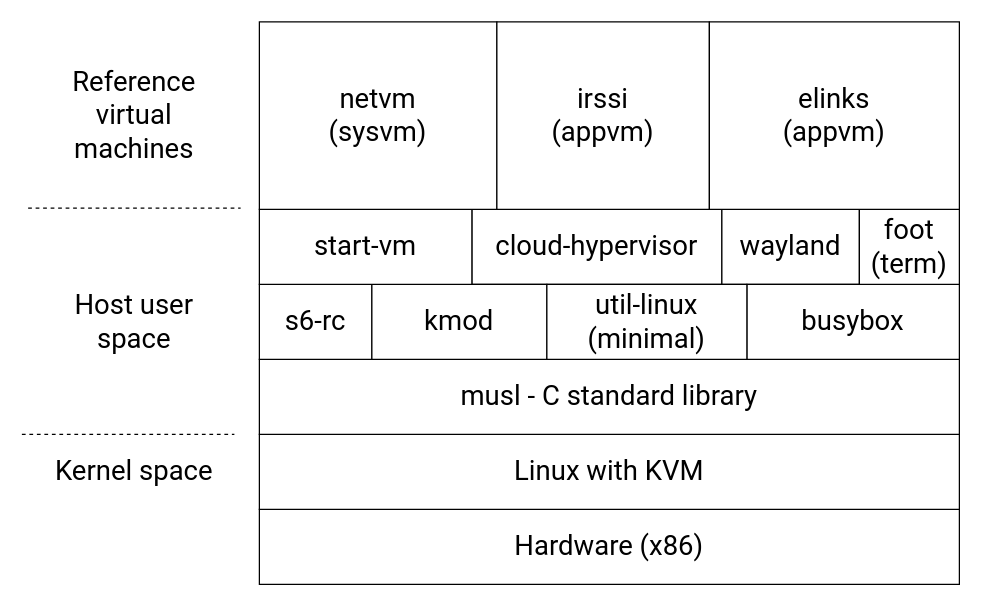
jkuro-tii/spectrum keeps this draw.io diagram as Documentation/diagrams/stack.drawio. Above is the earlier version. Source tidied: cells renumbered, new cells numbered last; positions are measured from the earlier drawing's top-left corner, leaving out a move shared by most shapes. Both pictures are drawn from the tidied source at 125%, with x=0, y=0 at pixel (21, 21).
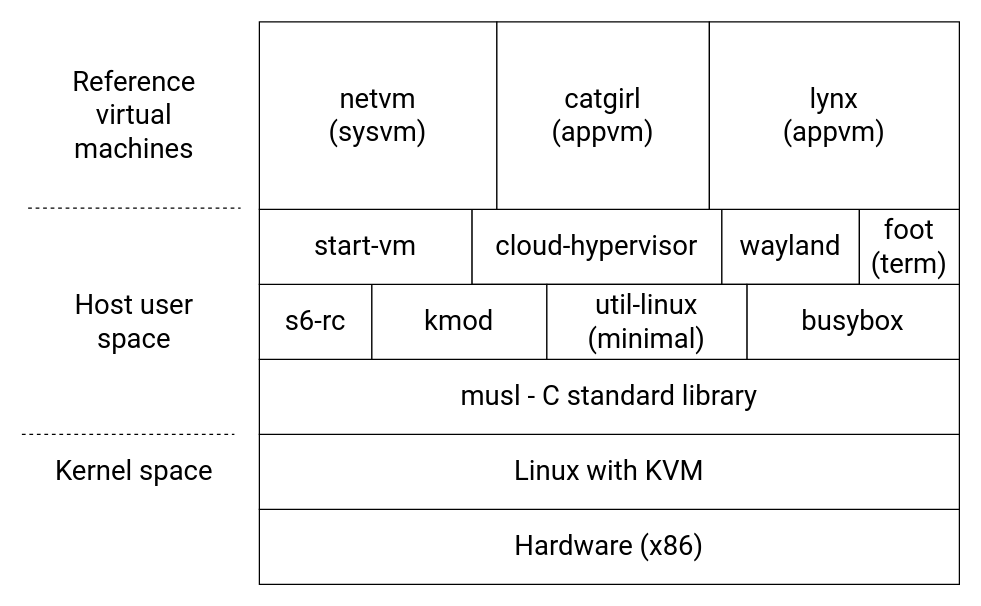
The same diagram, later.

Commit message (it also covers changes not shown here):
doc: addressing architecture.adoc review changes

Change to the diagram source:
```diff
@@
-    <mxCell id="18" value="&lt;font face=&quot;Roboto&quot; style=&quot;font-size: 22px&quot;&gt;irssi&lt;br&gt;(appvm)&lt;br&gt;&lt;/font&gt;" style="rounded=0;whiteSpace=wrap;html=1;" parent="1" vertex="1">
+    <mxCell id="18" value="&lt;font face=&quot;Roboto&quot; style=&quot;font-size: 22px&quot;&gt;catgirl&lt;br&gt;(appvm)&lt;br&gt;&lt;/font&gt;" style="rounded=0;whiteSpace=wrap;html=1;" parent="1" vertex="1">
       <mxGeometry x="380" width="170" height="150" as="geometry" />
     </mxCell>
-    <mxCell id="19" value="&lt;font face=&quot;Roboto&quot; style=&quot;font-size: 22px&quot;&gt;elinks&lt;br&gt;(appvm)&lt;br&gt;&lt;/font&gt;" style="rounded=0;whiteSpace=wrap;html=1;" parent="1" vertex="1">
+    <mxCell id="19" value="&lt;font face=&quot;Roboto&quot; style=&quot;font-size: 22px&quot;&gt;lynx&lt;br&gt;(appvm)&lt;br&gt;&lt;/font&gt;" style="rounded=0;whiteSpace=wrap;html=1;" parent="1" vertex="1">
       <mxGeometry x="550" width="200" height="150" as="geometry" />
     </mxCell>
```
